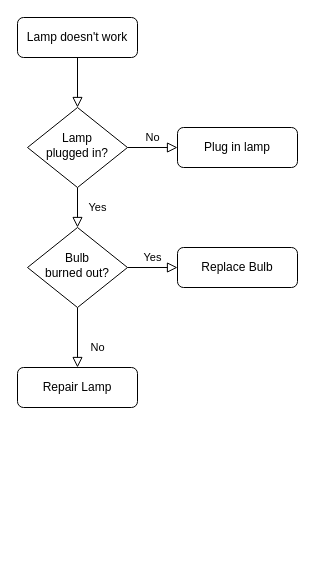
The draw.io diagram 精卫助手.drawio in Snuger/draw, before the edit. Source tidied: cells renumbered, new cells numbered last; positions are measured from the earlier drawing's top-left corner, leaving out a move shared by most shapes. Both pictures are drawn from the tidied source at 100%, with x=0, y=0 at pixel (17, 17).
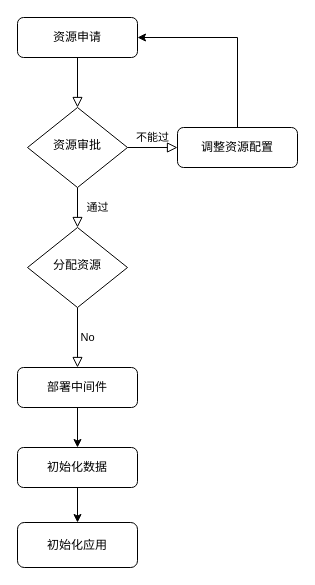
Above is the later version.

Commit message:
更新精卫助手.drawio

Diff of the diagram source:
```diff
@@
 <mxGraphModel>
   <root>
     <mxCell id="0" />
     <mxCell id="1" parent="0" />
     <mxCell id="2" style="rounded=0;html=1;jettySize=auto;fontSize=11;endArrow=block;endFill=0;endSize=8;strokeWidth=1;shadow=0;labelBackgroundColor=none;edgeStyle=orthogonalEdgeStyle;" parent="1" edge="1" source="3" target="6">
       <mxGeometry relative="1" as="geometry" />
     </mxCell>
-    <mxCell id="3" value="Lamp doesn't work" style="rounded=1;whiteSpace=wrap;html=1;fontSize=12;glass=0;strokeWidth=1;shadow=0;" parent="1" vertex="1">
+    <mxCell id="3" value="资源申请" style="rounded=1;whiteSpace=wrap;html=1;fontSize=12;glass=0;strokeWidth=1;shadow=0;" parent="1" vertex="1">
       <mxGeometry width="120" height="40" as="geometry" />
     </mxCell>
-    <mxCell id="4" value="Yes" style="rounded=0;html=1;jettySize=auto;fontSize=11;endArrow=block;endFill=0;endSize=8;strokeWidth=1;shadow=0;labelBackgroundColor=none;edgeStyle=orthogonalEdgeStyle;" parent="1" edge="1" source="6" target="10">
+    <mxCell id="4" value="通过" style="rounded=0;html=1;jettySize=auto;fontSize=11;endArrow=block;endFill=0;endSize=8;strokeWidth=1;shadow=0;labelBackgroundColor=none;edgeStyle=orthogonalEdgeStyle;" parent="1" edge="1" source="6" target="10">
       <mxGeometry y="20" relative="1" as="geometry" />
     </mxCell>
-    <mxCell id="5" value="No" style="edgeStyle=orthogonalEdgeStyle;rounded=0;html=1;jettySize=auto;fontSize=11;endArrow=block;endFill=0;endSize=8;strokeWidth=1;shadow=0;labelBackgroundColor=none;" parent="1" edge="1" source="6" target="7">
+    <mxCell id="5" value="不能过" style="edgeStyle=orthogonalEdgeStyle;rounded=0;html=1;jettySize=auto;fontSize=11;endArrow=block;endFill=0;endSize=8;strokeWidth=1;shadow=0;labelBackgroundColor=none;" parent="1" edge="1" source="6" target="7">
       <mxGeometry y="10" relative="1" as="geometry" />
     </mxCell>
-    <mxCell id="6" value="Lamp&lt;br&gt;plugged in?" style="rhombus;whiteSpace=wrap;html=1;shadow=0;fontFamily=Helvetica;fontSize=12;align=center;strokeWidth=1;spacing=6;spacingTop=-4;" parent="1" vertex="1">
+    <mxCell id="6" value="资源审批" style="rhombus;whiteSpace=wrap;html=1;shadow=0;fontFamily=Helvetica;fontSize=12;align=center;strokeWidth=1;spacing=6;spacingTop=-4;" parent="1" vertex="1">
       <mxGeometry x="10" y="90" width="100" height="80" as="geometry" />
     </mxCell>
+    <mxCell id="13" style="edgeStyle=orthogonalEdgeStyle;rounded=0;jettySize=auto;html=1;entryX=1;entryY=0.5;entryDx=0;entryDy=0;" parent="1" edge="1" source="7" target="3">
+      <mxGeometry relative="1" as="geometry">
+        <Array as="points">
+          <mxPoint x="220" y="20" />
+        </Array>
+      </mxGeometry>
+    </mxCell>
-    <mxCell id="7" value="Plug in lamp" style="rounded=1;whiteSpace=wrap;html=1;fontSize=12;glass=0;strokeWidth=1;shadow=0;" parent="1" vertex="1">
+    <mxCell id="7" value="调整资源配置" style="rounded=1;whiteSpace=wrap;html=1;fontSize=12;glass=0;strokeWidth=1;shadow=0;" parent="1" vertex="1">
       <mxGeometry x="160" y="110" width="120" height="40" as="geometry" />
     </mxCell>
     <mxCell id="8" value="No" style="rounded=0;html=1;jettySize=auto;fontSize=11;endArrow=block;endFill=0;endSize=8;strokeWidth=1;shadow=0;labelBackgroundColor=none;edgeStyle=orthogonalEdgeStyle;" parent="1" edge="1" source="10" target="11">
-      <mxGeometry x="0.33" y="20" relative="1" as="geometry" />
+      <mxGeometry y="10" relative="1" as="geometry" />
     </mxCell>
-    <mxCell id="9" value="Yes" style="edgeStyle=orthogonalEdgeStyle;rounded=0;html=1;jettySize=auto;fontSize=11;endArrow=block;endFill=0;endSize=8;strokeWidth=1;shadow=0;labelBackgroundColor=none;" parent="1" edge="1" source="10" target="12">
-      <mxGeometry y="10" relative="1" as="geometry" />
-    </mxCell>
-    <mxCell id="10" value="Bulb&lt;br&gt;burned out?" style="rhombus;whiteSpace=wrap;html=1;shadow=0;fontFamily=Helvetica;fontSize=12;align=center;strokeWidth=1;spacing=6;spacingTop=-4;" parent="1" vertex="1">
+    <mxCell id="10" value="分配资源" style="rhombus;whiteSpace=wrap;html=1;shadow=0;fontFamily=Helvetica;fontSize=12;align=center;strokeWidth=1;spacing=6;spacingTop=-4;" parent="1" vertex="1">
       <mxGeometry x="10" y="210" width="100" height="80" as="geometry" />
     </mxCell>
+    <mxCell id="14" style="edgeStyle=orthogonalEdgeStyle;rounded=0;jettySize=auto;html=1;entryX=0.5;entryY=0;entryDx=0;entryDy=0;" parent="1" edge="1" source="11" target="16">
+      <mxGeometry relative="1" as="geometry" />
+    </mxCell>
-    <mxCell id="11" value="Repair Lamp" style="rounded=1;whiteSpace=wrap;html=1;fontSize=12;glass=0;strokeWidth=1;shadow=0;" parent="1" vertex="1">
+    <mxCell id="11" value="部署中间件" style="rounded=1;whiteSpace=wrap;html=1;fontSize=12;glass=0;strokeWidth=1;shadow=0;" parent="1" vertex="1">
       <mxGeometry y="350" width="120" height="40" as="geometry" />
     </mxCell>
-    <mxCell id="12" value="Replace Bulb" style="rounded=1;whiteSpace=wrap;html=1;fontSize=12;glass=0;strokeWidth=1;shadow=0;" parent="1" vertex="1">
-      <mxGeometry x="160" y="230" width="120" height="40" as="geometry" />
-    </mxCell>
+    <mxCell id="15" style="edgeStyle=orthogonalEdgeStyle;rounded=0;jettySize=auto;html=1;" parent="1" edge="1" source="16" target="17">
+      <mxGeometry relative="1" as="geometry" />
+    </mxCell>
+    <mxCell id="16" value="初始化数据" style="whiteSpace=wrap;html=1;rounded=1;glass=0;strokeWidth=1;shadow=0;" parent="1" vertex="1">
+      <mxGeometry y="430" width="120" height="40" as="geometry" />
+    </mxCell>
+    <mxCell id="17" value="初始化应用" style="whiteSpace=wrap;html=1;rounded=1;glass=0;strokeWidth=1;shadow=0;" parent="1" vertex="1">
+      <mxGeometry y="505" width="120" height="45" as="geometry" />
+    </mxCell>
   </root>
 </mxGraphModel>
```
